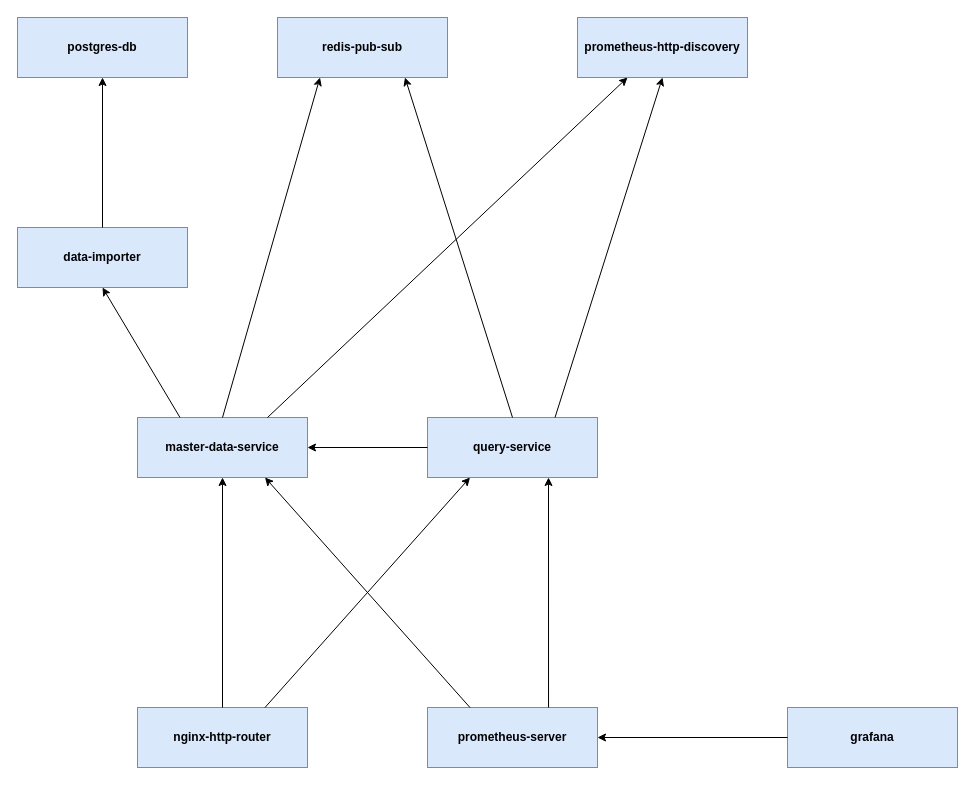
The draw.io diagram page "Docker Compose" (2 of 2) of diagrams/diagrams.drawio in Jardo72/City-Navigator, before the edit. Source tidied: cells renumbered, new cells numbered last; positions are measured from the earlier drawing's top-left corner, leaving out a move shared by most shapes. Both pictures are drawn from the tidied source at 100%, with x=0, y=0 at pixel (17, 17).
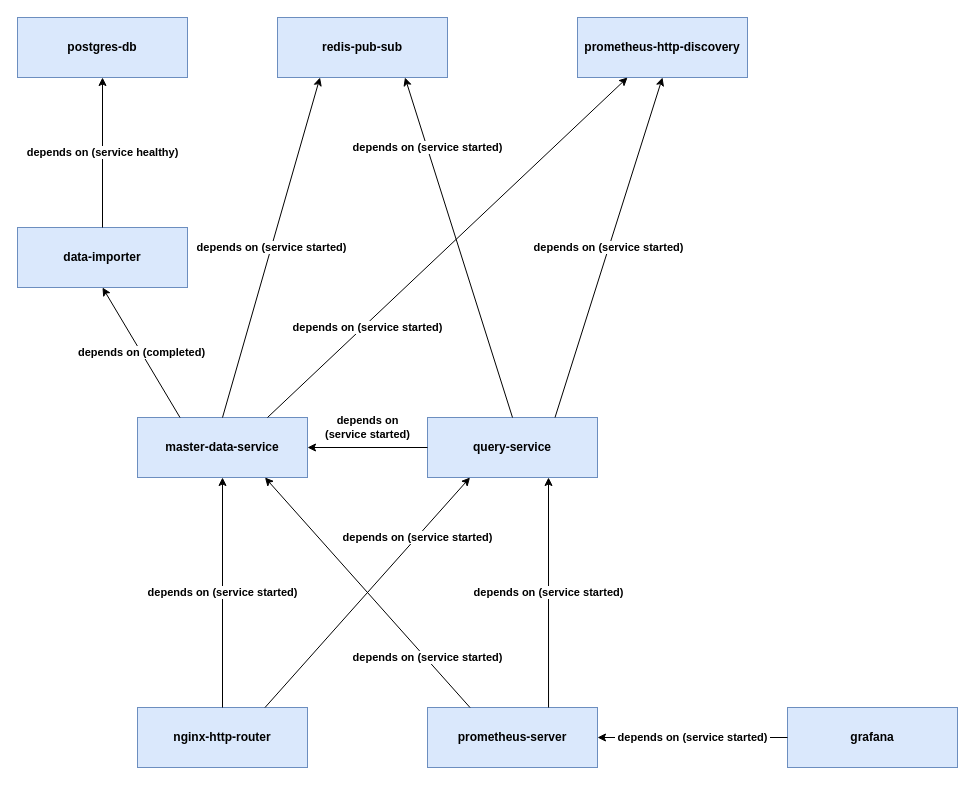
Above is the later version.

The change refers to these unchanged cells:
```xml
<mxCell id="2" value="postgres-db" style="rounded=0;whiteSpace=wrap;html=1;fillColor=#dae8fc;strokeColor=#6c8ebf;fontStyle=1;" parent="1" vertex="1">
  <mxGeometry width="170" height="60" as="geometry" />
</mxCell>
<mxCell id="3" value="data-importer" style="rounded=0;whiteSpace=wrap;html=1;fillColor=#dae8fc;strokeColor=#6c8ebf;fontStyle=1;" parent="1" vertex="1">
  <mxGeometry y="210" width="170" height="60" as="geometry" />
</mxCell>
<mxCell id="4" value="redis-pub-sub" style="rounded=0;whiteSpace=wrap;html=1;fillColor=#dae8fc;strokeColor=#6c8ebf;fontStyle=1;" parent="1" vertex="1">
  <mxGeometry x="260" width="170" height="60" as="geometry" />
</mxCell>
<mxCell id="5" value="master-data-service" style="rounded=0;whiteSpace=wrap;html=1;fillColor=#dae8fc;strokeColor=#6c8ebf;fontStyle=1;" parent="1" vertex="1">
  <mxGeometry x="120" y="400" width="170" height="60" as="geometry" />
</mxCell>
<mxCell id="6" value="query-service" style="rounded=0;whiteSpace=wrap;html=1;fillColor=#dae8fc;strokeColor=#6c8ebf;fontStyle=1;" parent="1" vertex="1">
  <mxGeometry x="410" y="400" width="170" height="60" as="geometry" />
</mxCell>
<mxCell id="7" value="nginx-http-router" style="rounded=0;whiteSpace=wrap;html=1;fillColor=#dae8fc;strokeColor=#6c8ebf;fontStyle=1;" parent="1" vertex="1">
  <mxGeometry x="120" y="690" width="170" height="60" as="geometry" />
</mxCell>
<mxCell id="8" value="prometheus-server" style="rounded=0;whiteSpace=wrap;html=1;fillColor=#dae8fc;strokeColor=#6c8ebf;fontStyle=1;" parent="1" vertex="1">
  <mxGeometry x="410" y="690" width="170" height="60" as="geometry" />
</mxCell>
<mxCell id="9" value="prometheus-http-discovery" style="rounded=0;whiteSpace=wrap;html=1;fillColor=#dae8fc;strokeColor=#6c8ebf;fontStyle=1;" parent="1" vertex="1">
  <mxGeometry x="560" width="170" height="60" as="geometry" />
</mxCell>
<mxCell id="10" value="grafana" style="rounded=0;whiteSpace=wrap;html=1;fillColor=#dae8fc;strokeColor=#6c8ebf;fontStyle=1;" parent="1" vertex="1">
  <mxGeometry x="770" y="690" width="170" height="60" as="geometry" />
</mxCell>
```

The edit, as a diff of the source:
```diff
@@
-    <mxCell id="11" style="endArrow=classic;html=1;rounded=0;exitX=0;exitY=0.5;exitDx=0;exitDy=0;" parent="1" edge="1" source="10" target="8">
+    <mxCell id="11" value="&amp;nbsp;depends on (service started)&amp;nbsp;" style="endArrow=classic;html=1;rounded=0;exitX=0;exitY=0.5;exitDx=0;exitDy=0;fontStyle=1;" parent="1" edge="1" source="10" target="8">
       <mxGeometry relative="1" as="geometry" />
     </mxCell>
-    <mxCell id="12" style="endArrow=classic;html=1;rounded=0;exitX=0.5;exitY=0;exitDx=0;exitDy=0;entryX=0.5;entryY=1;entryDx=0;entryDy=0;" parent="1" edge="1" source="7" target="5">
+    <mxCell id="12" value="depends on (service started)" style="endArrow=classic;html=1;rounded=0;exitX=0.5;exitY=0;exitDx=0;exitDy=0;entryX=0.5;entryY=1;entryDx=0;entryDy=0;fontStyle=1;" parent="1" edge="1" source="7" target="5">
       <mxGeometry relative="1" as="geometry" />
     </mxCell>
-    <mxCell id="13" style="endArrow=classic;html=1;rounded=0;exitX=0.75;exitY=0;exitDx=0;exitDy=0;entryX=0.25;entryY=1;entryDx=0;entryDy=0;" parent="1" edge="1" source="7" target="6">
-      <mxGeometry relative="1" as="geometry" />
+    <mxCell id="13" value="depends on (service started)" style="endArrow=classic;html=1;rounded=0;exitX=0.75;exitY=0;exitDx=0;exitDy=0;entryX=0.25;entryY=1;entryDx=0;entryDy=0;fontStyle=1;" parent="1" edge="1" source="7" target="6">
+      <mxGeometry x="0.48" y="-1" relative="1" as="geometry" />
     </mxCell>
-    <mxCell id="14" style="endArrow=classic;html=1;rounded=0;entryX=0.5;entryY=1;entryDx=0;entryDy=0;exitX=0.75;exitY=0;exitDx=0;exitDy=0;" parent="1" edge="1" source="6" target="9">
+    <mxCell id="14" value="depends on (service started)" style="endArrow=classic;html=1;rounded=0;entryX=0.5;entryY=1;entryDx=0;entryDy=0;exitX=0.75;exitY=0;exitDx=0;exitDy=0;fontStyle=1;" parent="1" edge="1" source="6" target="9">
       <mxGeometry relative="1" as="geometry" />
     </mxCell>
-    <mxCell id="15" style="endArrow=classic;html=1;rounded=0;exitX=0.5;exitY=0;exitDx=0;exitDy=0;entryX=0.75;entryY=1;entryDx=0;entryDy=0;" parent="1" edge="1" source="6" target="4">
-      <mxGeometry relative="1" as="geometry" />
+    <mxCell id="15" value="depends on (service started)" style="endArrow=classic;html=1;rounded=0;exitX=0.5;exitY=0;exitDx=0;exitDy=0;entryX=0.75;entryY=1;entryDx=0;entryDy=0;fontStyle=1;" parent="1" edge="1" source="6" target="4">
+      <mxGeometry x="0.59" relative="1" as="geometry" />
     </mxCell>
-    <mxCell id="16" style="endArrow=classic;html=1;rounded=0;exitX=0;exitY=0.5;exitDx=0;exitDy=0;entryX=1;entryY=0.5;entryDx=0;entryDy=0;" parent="1" edge="1" source="6" target="5">
-      <mxGeometry relative="1" as="geometry" />
+    <mxCell id="16" value="depends on&lt;br&gt;(service started)" style="endArrow=classic;html=1;rounded=0;exitX=0;exitY=0.5;exitDx=0;exitDy=0;entryX=1;entryY=0.5;entryDx=0;entryDy=0;fontStyle=1;" parent="1" edge="1" source="6" target="5">
+      <mxGeometry y="-20" relative="1" as="geometry" />
     </mxCell>
-    <mxCell id="17" style="endArrow=classic;html=1;rounded=0;entryX=0.25;entryY=1;entryDx=0;entryDy=0;exitX=0.5;exitY=0;exitDx=0;exitDy=0;" parent="1" edge="1" source="5" target="4">
+    <mxCell id="17" value="depends on (service started)" style="endArrow=classic;html=1;rounded=0;entryX=0.25;entryY=1;entryDx=0;entryDy=0;exitX=0.5;exitY=0;exitDx=0;exitDy=0;fontStyle=1;" parent="1" edge="1" source="5" target="4">
       <mxGeometry relative="1" as="geometry" />
     </mxCell>
-    <mxCell id="18" style="endArrow=classic;html=1;rounded=0;" parent="1" edge="1">
-      <mxGeometry relative="1" as="geometry">
+    <mxCell id="18" value="depends on (service started)" style="endArrow=classic;html=1;rounded=0;fontStyle=1;" parent="1" edge="1">
+      <mxGeometry x="-0.46" y="-3" relative="1" as="geometry">
         <mxPoint x="250" y="400" as="sourcePoint" />
         <mxPoint x="610" y="60" as="targetPoint" />
+        <mxPoint x="1" as="offset" />
       </mxGeometry>
     </mxCell>
-    <mxCell id="19" style="endArrow=classic;html=1;rounded=0;entryX=0.5;entryY=1;entryDx=0;entryDy=0;exitX=0.25;exitY=0;exitDx=0;exitDy=0;" parent="1" edge="1" source="5" target="3">
+    <mxCell id="19" value="depends on (completed)" style="endArrow=classic;html=1;rounded=0;entryX=0.5;entryY=1;entryDx=0;entryDy=0;exitX=0.25;exitY=0;exitDx=0;exitDy=0;fontStyle=1;" parent="1" edge="1" source="5" target="3">
       <mxGeometry relative="1" as="geometry" />
     </mxCell>
-    <mxCell id="20" style="endArrow=classic;html=1;rounded=0;exitX=0.5;exitY=0;exitDx=0;exitDy=0;entryX=0.5;entryY=1;entryDx=0;entryDy=0;" parent="1" edge="1" source="3" target="2">
+    <mxCell id="20" value="depends on (service healthy)" style="endArrow=classic;html=1;rounded=0;exitX=0.5;exitY=0;exitDx=0;exitDy=0;entryX=0.5;entryY=1;entryDx=0;entryDy=0;fontStyle=1;" parent="1" edge="1" source="3" target="2">
       <mxGeometry relative="1" as="geometry" />
     </mxCell>
-    <mxCell id="21" style="endArrow=classic;html=1;rounded=0;exitX=0.25;exitY=0;exitDx=0;exitDy=0;entryX=0.75;entryY=1;entryDx=0;entryDy=0;" parent="1" edge="1" source="8" target="5">
-      <mxGeometry relative="1" as="geometry" />
+    <mxCell id="21" value="depends on (service started)" style="endArrow=classic;html=1;rounded=0;exitX=0.25;exitY=0;exitDx=0;exitDy=0;entryX=0.75;entryY=1;entryDx=0;entryDy=0;fontStyle=1;" parent="1" edge="1" source="8" target="5">
+      <mxGeometry x="-0.57" y="-2" relative="1" as="geometry">
+        <mxPoint y="1" as="offset" />
+      </mxGeometry>
     </mxCell>
-    <mxCell id="22" style="endArrow=classic;html=1;rounded=0;exitX=0.712;exitY=0;exitDx=0;exitDy=0;exitPerimeter=0;" parent="1" edge="1" source="8">
+    <mxCell id="22" value="depends on (service started)" style="endArrow=classic;html=1;rounded=0;exitX=0.712;exitY=0;exitDx=0;exitDy=0;exitPerimeter=0;fontStyle=1;" parent="1" edge="1" source="8">
       <mxGeometry relative="1" as="geometry">
         <mxPoint x="531" y="460" as="targetPoint" />
       </mxGeometry>
     </mxCell>
```
